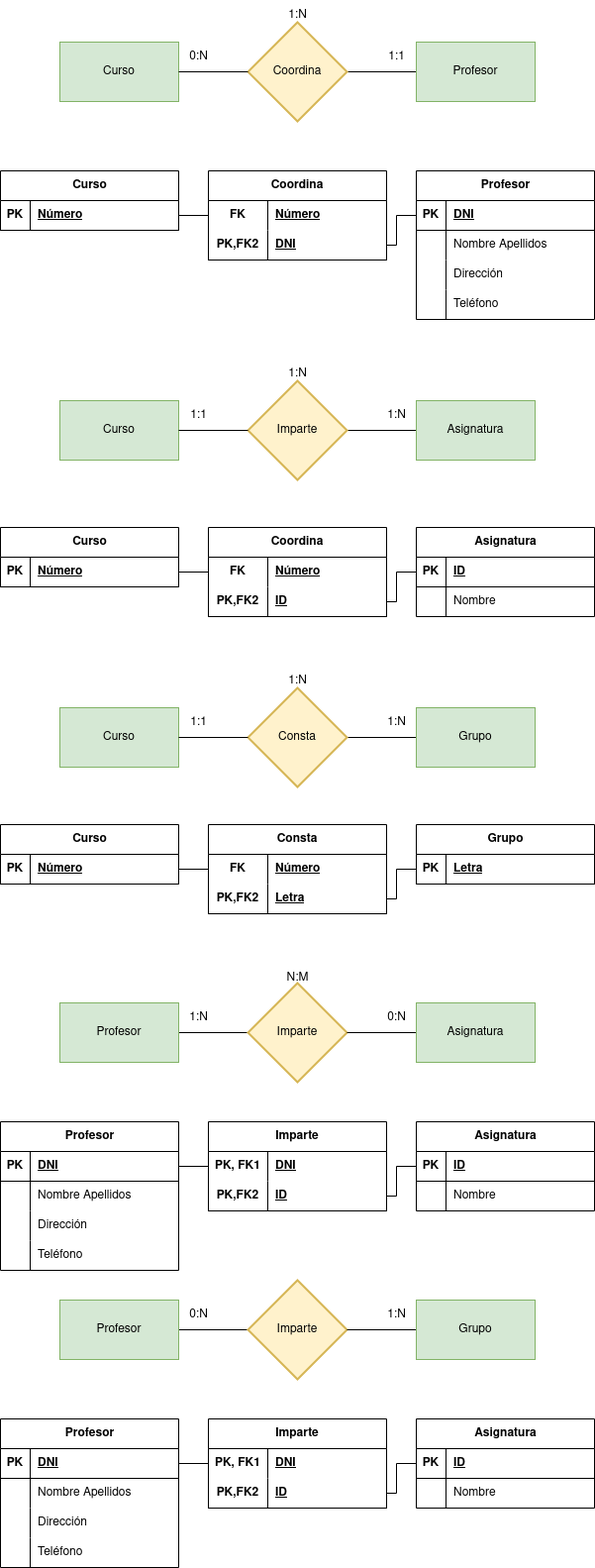
Above: tareas 1/Ejercicio calificable docente (MR-2).drawio.png in GermanOjeda/base-datos (draw.io), before the change. Source tidied: cells renumbered, new cells last; positions are measured from the earlier drawing's top-left corner, leaving out a move shared by most shapes.
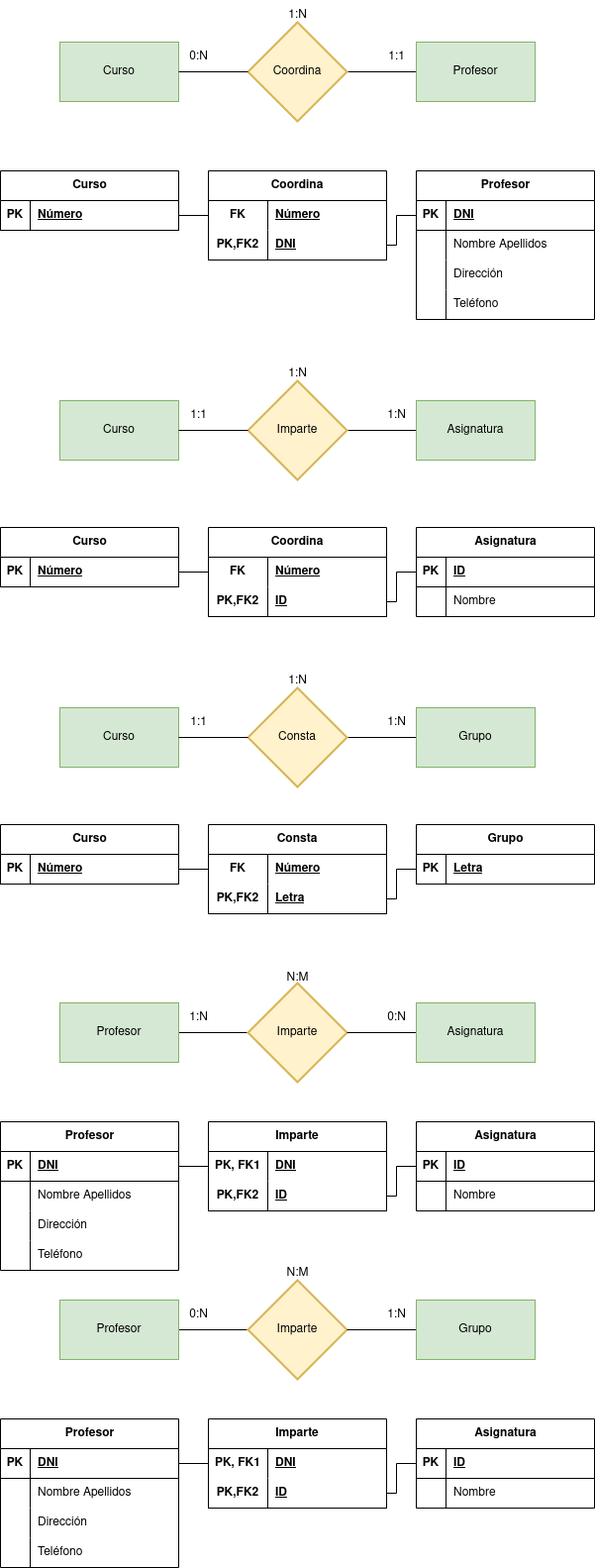
The same diagram one commit later.

The edit, as a diff of the source:
```diff
@@ -493,5 +493,8 @@
     <mxCell id="163" value="Profesor" style="rounded=0;whiteSpace=wrap;html=1;fillColor=#d5e8d4;strokeColor=#82b366;" parent="1" vertex="1">
       <mxGeometry x="60" y="1312" width="120" height="60" as="geometry" />
     </mxCell>
+    <mxCell id="164" value="N:M" style="text;html=1;align=center;verticalAlign=middle;strokeColor=none;fillColor=none;" parent="1" vertex="1">
+      <mxGeometry x="275" y="1270" width="50" height="30" as="geometry" />
+    </mxCell>
   </root>
 </mxGraphModel>
```
